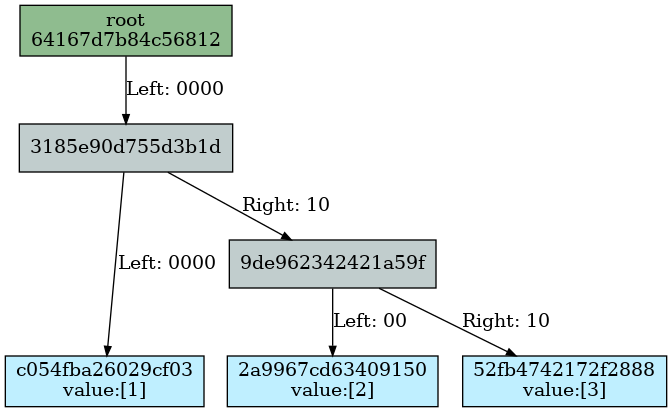
juicebox-systems/juicebox-hsm-realm keeps this Graphviz diagram as docs/merkle_tree/splits/intro_after_left.dot.png. Above is the earlier version. Its source is kept beside it as docs/merkle_tree/splits/intro_after_left.dot. Source of this version:
```dot
Digraph merkletree {

h64167d7b84c56812 -> h3185e90d755d3b1d [arrowsize=0.7 label="Left: 0000\l" nojustify=true ];
h3185e90d755d3b1d -> hc054fba26029cf03 [arrowsize=0.7 label="Left: 0000" nojustify=true ];
h3185e90d755d3b1d -> h9de962342421a59f [arrowsize=0.7 label="Right: 10\l" nojustify=true ];
h9de962342421a59f -> h2a9967cd63409150 [arrowsize=0.7 label="Left: 00" nojustify=true ];
h9de962342421a59f -> h52fb4742172f2888 [arrowsize=0.7 label="Right: 10" nojustify=true ];

Subgraph depth_0 {
rank=same

h64167d7b84c56812 [fillcolor=darkseagreen label="root\n64167d7b84c56812" ordering=out shape=box style=filled ];
}


Subgraph depth_4 {
rank=same

h3185e90d755d3b1d [fillcolor=azure3 label="3185e90d755d3b1d" ordering=out shape=box style=filled ];
}


Subgraph depth_256 {
rank=same

hc054fba26029cf03 [fillcolor=lightblue1 label="c054fba26029cf03\nvalue:[1]" ordering=out shape=box style=filled ];
h2a9967cd63409150 [fillcolor=lightblue1 label="2a9967cd63409150\nvalue:[2]" ordering=out shape=box style=filled ];
h52fb4742172f2888 [fillcolor=lightblue1 label="52fb4742172f2888\nvalue:[3]" ordering=out shape=box style=filled ];
}


Subgraph depth_6 {
rank=same

h9de962342421a59f [fillcolor=azure3 label="9de962342421a59f" ordering=out shape=box style=filled ];
}

}
```
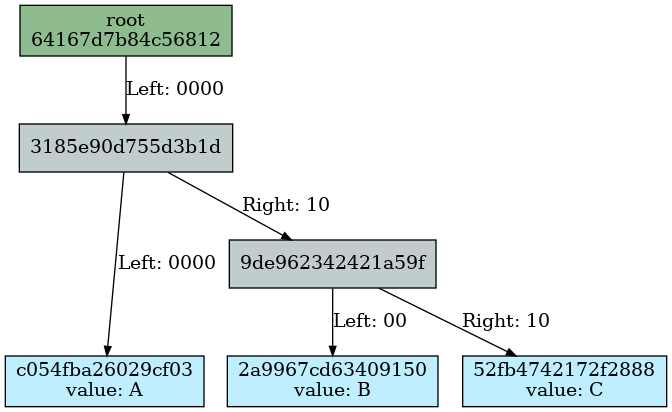
The same diagram one commit later.

Diff of the diagram source:
```diff
@@ -23,9 +23,9 @@
 Subgraph depth_256 {
 rank=same
 
-hc054fba26029cf03 [fillcolor=lightblue1 label="c054fba26029cf03\nvalue:[1]" ordering=out shape=box style=filled ];
-h2a9967cd63409150 [fillcolor=lightblue1 label="2a9967cd63409150\nvalue:[2]" ordering=out shape=box style=filled ];
-h52fb4742172f2888 [fillcolor=lightblue1 label="52fb4742172f2888\nvalue:[3]" ordering=out shape=box style=filled ];
+hc054fba26029cf03 [fillcolor=lightblue1 label="c054fba26029cf03\nvalue: A" ordering=out shape=box style=filled ];
+h2a9967cd63409150 [fillcolor=lightblue1 label="2a9967cd63409150\nvalue: B" ordering=out shape=box style=filled ];
+h52fb4742172f2888 [fillcolor=lightblue1 label="52fb4742172f2888\nvalue: C" ordering=out shape=box style=filled ];
 }
 
 
```
